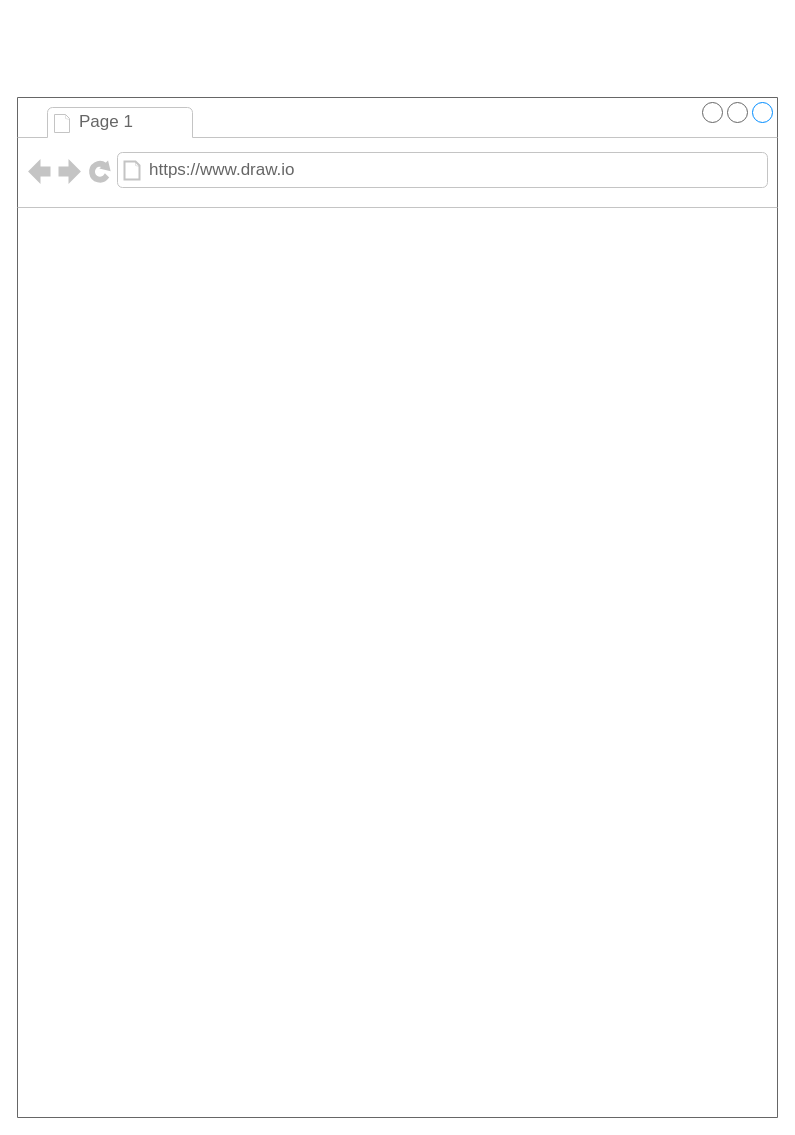
Stucki-Kyle/IS6465 keeps this draw.io diagram as LoginPage.drawio. Above is the earlier version. Source tidied: cells renumbered, new cells numbered last; positions are measured from the earlier drawing's top-left corner, leaving out a move shared by most shapes. Both pictures are drawn from the tidied source at 100%, with x=0, y=0 at pixel (17, 97).
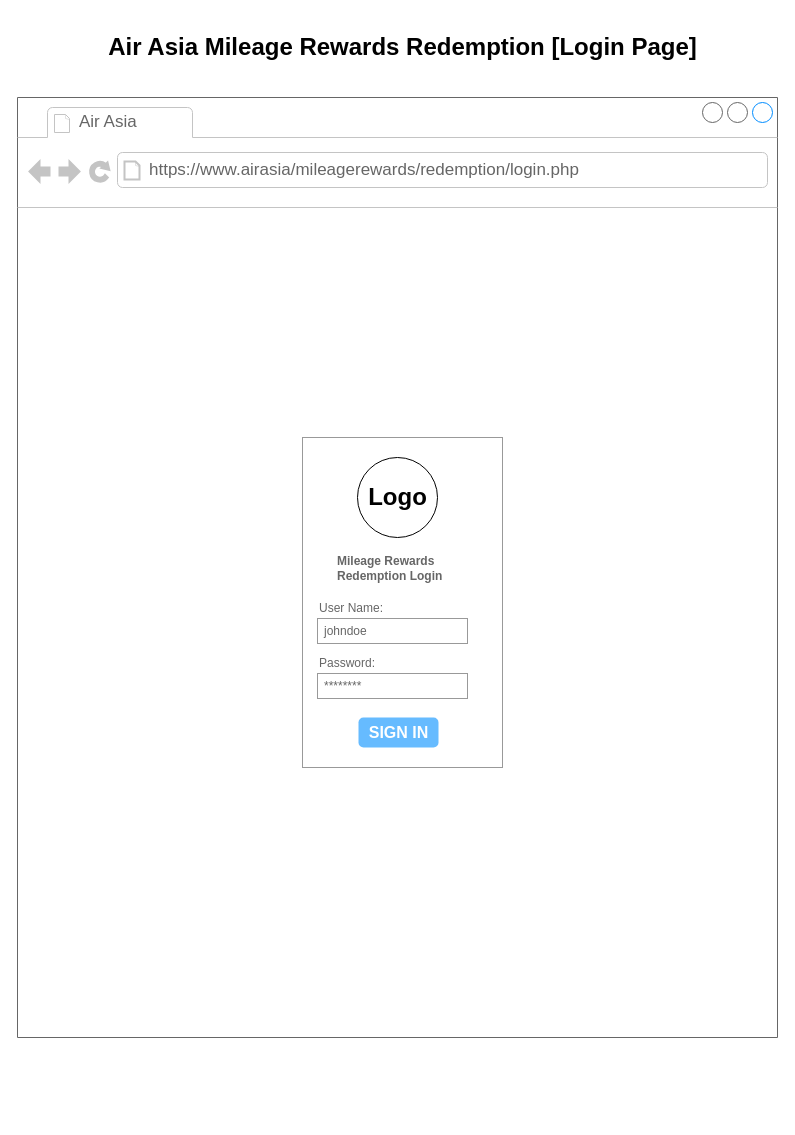
The same page after the edit.

Change to the diagram source:
```diff
@@
 <mxGraphModel>
   <root>
     <mxCell id="0" />
     <mxCell id="1" parent="0" />
     <mxCell id="2" style="strokeWidth=1;shadow=0;dashed=0;align=center;html=1;shape=mxgraph.mockup.containers.browserWindow;rSize=0;strokeColor=#666666;strokeColor2=#008cff;strokeColor3=#c4c4c4;mainText=,;" parent="1" vertex="1">
-      <mxGeometry width="760" height="1020" as="geometry" />
+      <mxGeometry width="760" height="940" as="geometry" />
     </mxCell>
-    <mxCell id="3" value="Page 1" style="strokeWidth=1;shadow=0;dashed=0;align=center;html=1;shape=mxgraph.mockup.containers.anchor;fontSize=17;fontColor=#666666;align=left;whiteSpace=wrap;" parent="2" vertex="1">
+    <mxCell id="3" value="Air Asia" style="strokeWidth=1;shadow=0;dashed=0;align=center;html=1;shape=mxgraph.mockup.containers.anchor;fontSize=17;fontColor=#666666;align=left;whiteSpace=wrap;" parent="2" vertex="1">
       <mxGeometry x="60" y="12" width="110" height="26" as="geometry" />
     </mxCell>
-    <mxCell id="4" value="https://www.draw.io" style="strokeWidth=1;shadow=0;dashed=0;align=center;html=1;shape=mxgraph.mockup.containers.anchor;rSize=0;fontSize=17;fontColor=#666666;align=left;" parent="2" vertex="1">
+    <mxCell id="4" value="https://www.airasia/mileagerewards/redemption/login.php" style="strokeWidth=1;shadow=0;dashed=0;align=center;html=1;shape=mxgraph.mockup.containers.anchor;rSize=0;fontSize=17;fontColor=#666666;align=left;" parent="2" vertex="1">
       <mxGeometry x="130" y="60" width="250" height="26" as="geometry" />
     </mxCell>
+    <mxCell id="5" style="strokeWidth=1;shadow=0;dashed=0;align=center;html=1;shape=mxgraph.mockup.forms.rrect;rSize=0;strokeColor=#999999;fillColor=#ffffff;" parent="2" vertex="1">
+      <mxGeometry x="285" y="340" width="200" height="330" as="geometry" />
+    </mxCell>
+    <mxCell id="6" value="&lt;b&gt;Mileage Rewards&lt;/b&gt;&lt;div&gt;&lt;b&gt;Redemption Login&lt;/b&gt;&lt;/div&gt;" style="strokeWidth=1;shadow=0;dashed=0;align=center;html=1;shape=mxgraph.mockup.forms.anchor;fontSize=12;fontColor=#666666;align=left;spacingLeft=0;" parent="5" vertex="1">
+      <mxGeometry width="130" height="40" relative="1" as="geometry">
+        <mxPoint x="33" y="111" as="offset" />
+      </mxGeometry>
+    </mxCell>
+    <mxCell id="7" value="User Name:" style="strokeWidth=1;shadow=0;dashed=0;align=center;html=1;shape=mxgraph.mockup.forms.anchor;fontSize=12;fontColor=#666666;align=left;spacingLeft=0;" parent="5" vertex="1">
+      <mxGeometry width="100" height="20" relative="1" as="geometry">
+        <mxPoint x="15" y="161" as="offset" />
+      </mxGeometry>
+    </mxCell>
+    <mxCell id="8" value="johndoe" style="strokeWidth=1;shadow=0;dashed=0;align=center;html=1;shape=mxgraph.mockup.forms.rrect;rSize=0;strokeColor=#999999;fontColor=#666666;align=left;spacingLeft=5;" parent="5" vertex="1">
+      <mxGeometry width="150" height="25" relative="1" as="geometry">
+        <mxPoint x="15" y="181" as="offset" />
+      </mxGeometry>
+    </mxCell>
+    <mxCell id="9" value="Password:" style="strokeWidth=1;shadow=0;dashed=0;align=center;html=1;shape=mxgraph.mockup.forms.anchor;fontSize=12;fontColor=#666666;align=left;spacingLeft=0;" parent="5" vertex="1">
+      <mxGeometry width="100" height="20" relative="1" as="geometry">
+        <mxPoint x="15" y="216" as="offset" />
+      </mxGeometry>
+    </mxCell>
+    <mxCell id="10" value="********" style="strokeWidth=1;shadow=0;dashed=0;align=center;html=1;shape=mxgraph.mockup.forms.rrect;rSize=0;strokeColor=#999999;fontColor=#666666;align=left;spacingLeft=5;" parent="5" vertex="1">
+      <mxGeometry width="150" height="25" relative="1" as="geometry">
+        <mxPoint x="15" y="236" as="offset" />
+      </mxGeometry>
+    </mxCell>
+    <mxCell id="11" value="SIGN IN" style="strokeWidth=1;shadow=0;dashed=0;align=center;html=1;shape=mxgraph.mockup.forms.rrect;rSize=5;strokeColor=none;fontColor=#ffffff;fillColor=#66bbff;fontSize=16;fontStyle=1;" parent="5" vertex="1">
+      <mxGeometry y="1" width="80" height="30" relative="1" as="geometry">
+        <mxPoint x="56" y="-50" as="offset" />
+      </mxGeometry>
+    </mxCell>
+    <mxCell id="12" style="ellipse;whiteSpace=wrap;html=1;" parent="5" vertex="1">
+      <mxGeometry x="55" y="20" width="80" height="80" as="geometry" />
+    </mxCell>
+    <mxCell id="13" value="Logo" style="text;strokeColor=none;fillColor=none;html=1;fontSize=24;fontStyle=1;verticalAlign=middle;align=center;" parent="5" vertex="1">
+      <mxGeometry x="45" y="40" width="100" height="40" as="geometry" />
+    </mxCell>
+    <mxCell id="14" value="Air Asia Mileage Rewards Redemption [Login Page]" style="text;strokeColor=none;fillColor=none;html=1;fontSize=24;fontStyle=1;verticalAlign=middle;align=center;" parent="1" vertex="1">
+      <mxGeometry x="335" y="-80" width="100" height="60" as="geometry" />
+    </mxCell>
   </root>
 </mxGraphModel>
```
